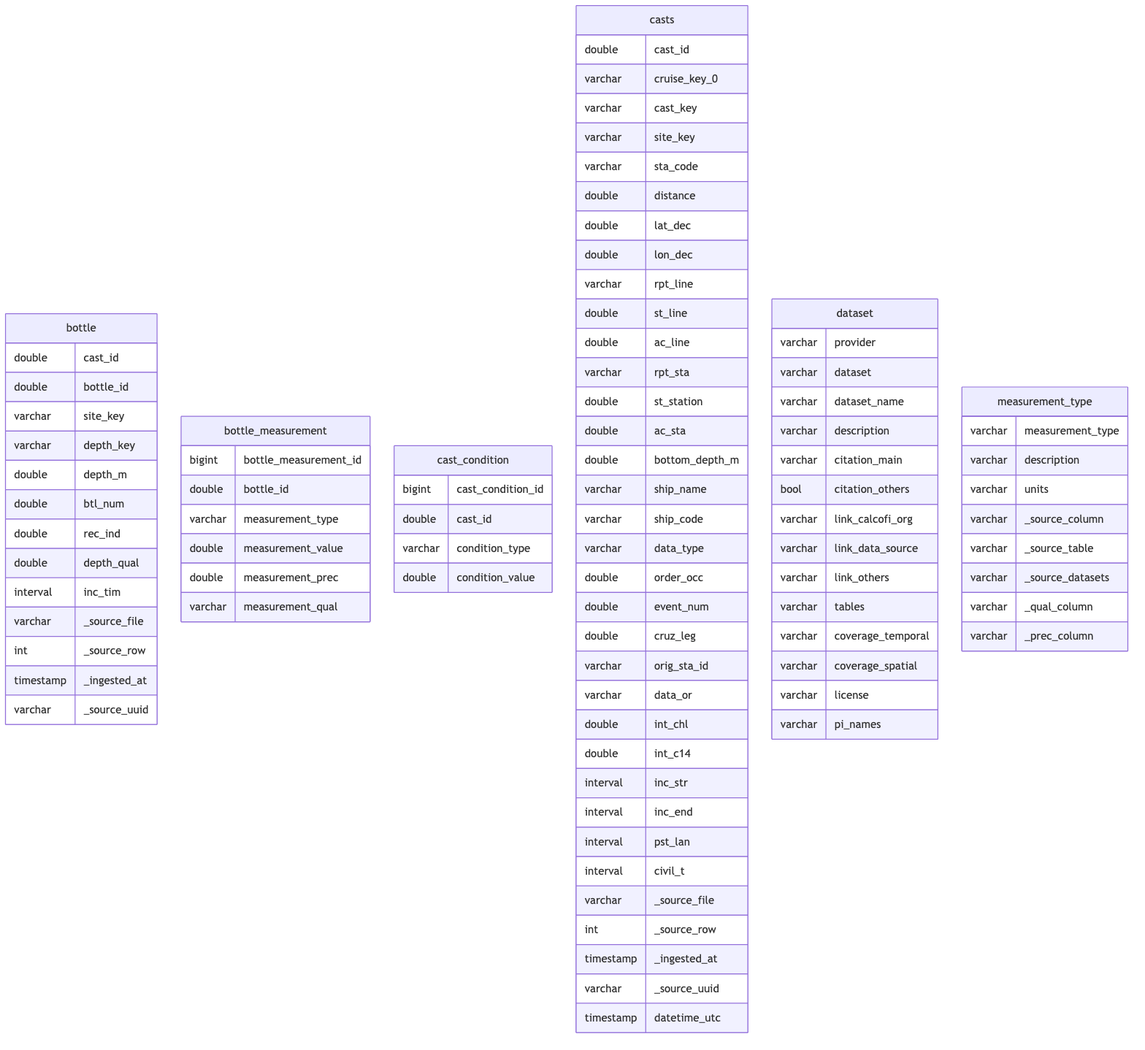
Before: _output/ingest_calcofi_bottle_files/figure-html/erd_tbls-1.png, a diagram exported from Mermaid (CalCOFI/workflows). Its source is kept beside it as _output/ingest_calcofi_bottle_files/figure-html/erd_tbls-1.mmd. Source of this version:
```mermaid
---
config:
  layout: elk
---
erDiagram
    bottle {
        double cast_id
        double bottle_id
        varchar site_key
        varchar depth_key
        double depth_m
        double btl_num
        double rec_ind
        double depth_qual
        interval inc_tim
        varchar _source_file
        int _source_row
        timestamp _ingested_at
        varchar _source_uuid
    }
    bottle_measurement {
        bigint bottle_measurement_id
        double bottle_id
        varchar measurement_type
        double measurement_value
        double measurement_prec
        varchar measurement_qual
    }
    cast_condition {
        bigint cast_condition_id
        double cast_id
        varchar condition_type
        double condition_value
    }
    casts {
        double cast_id
        varchar cruise_key_0
        varchar cast_key
        varchar site_key
        varchar sta_code
        double distance
        double lat_dec
        double lon_dec
        varchar rpt_line
        double st_line
        double ac_line
        varchar rpt_sta
        double st_station
        double ac_sta
        double bottom_depth_m
        varchar ship_name
        varchar ship_code
        varchar data_type
        double order_occ
        double event_num
        double cruz_leg
        varchar orig_sta_id
        varchar data_or
        double int_chl
        double int_c14
        interval inc_str
        interval inc_end
        interval pst_lan
        interval civil_t
        varchar _source_file
        int _source_row
        timestamp _ingested_at
        varchar _source_uuid
        timestamp datetime_utc
    }
    dataset {
        varchar provider
        varchar dataset
        varchar dataset_name
        varchar description
        varchar citation_main
        bool citation_others
        varchar link_calcofi_org
        varchar link_data_source
        varchar link_others
        varchar tables
        varchar coverage_temporal
        varchar coverage_spatial
        varchar license
        varchar pi_names
    }
    measurement_type {
        varchar measurement_type
        varchar description
        varchar units
        varchar _source_column
        varchar _source_table
        varchar _source_datasets
        varchar _qual_column
        varchar _prec_column
    }
```
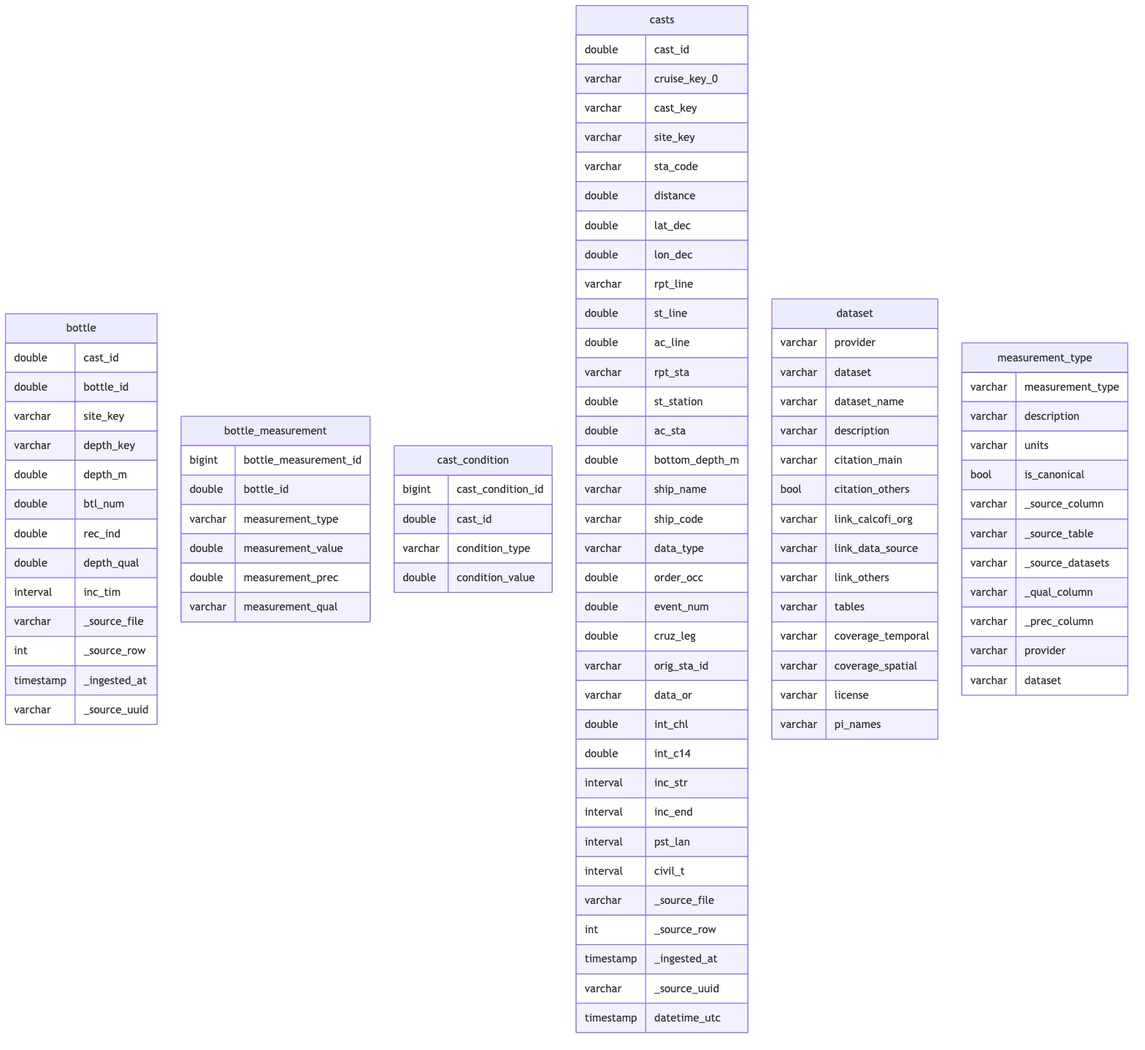
After the change.

The edit, as a diff of the source:
```diff
@@ -88,9 +88,12 @@
         varchar measurement_type
         varchar description
         varchar units
+        bool is_canonical
         varchar _source_column
         varchar _source_table
         varchar _source_datasets
         varchar _qual_column
         varchar _prec_column
+        varchar provider
+        varchar dataset
     }
```
